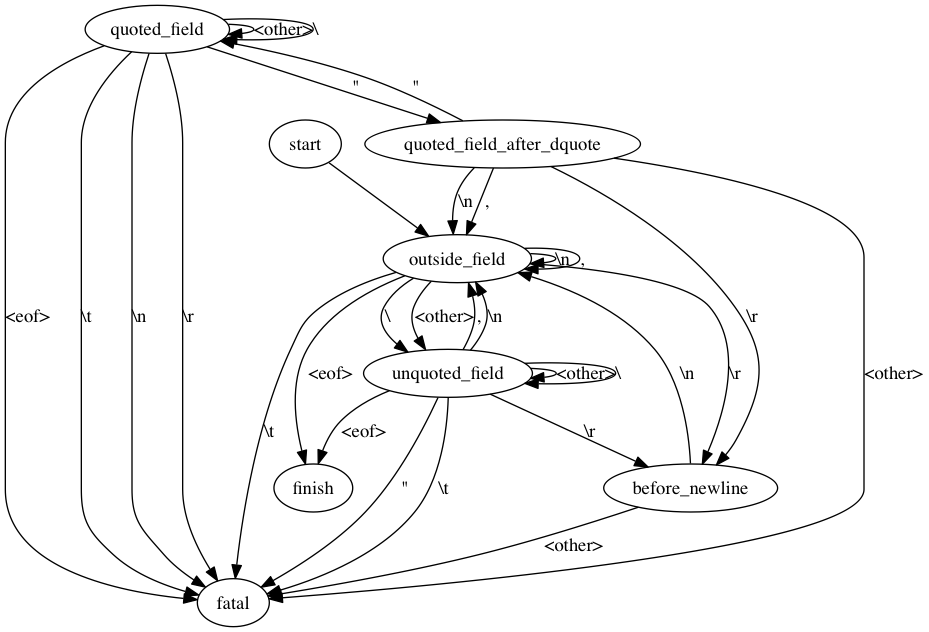
clarkgrubb/data-tools keeps this Graphviz diagram as src/csv-to-tsv/state.png. Above is the earlier version. Its source is kept beside it as src/csv-to-tsv/state.dot.
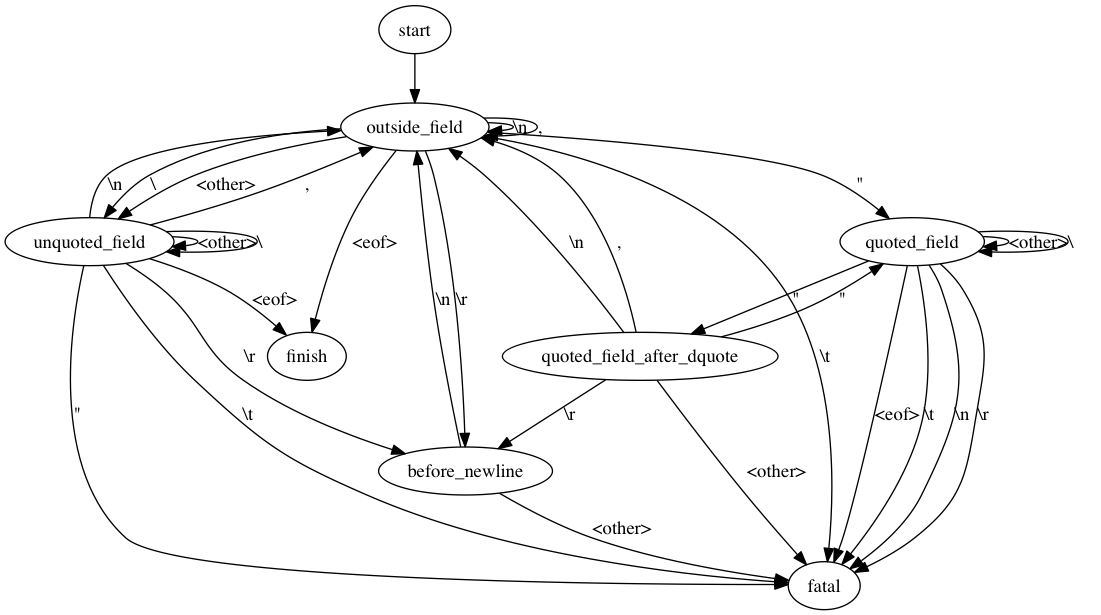
The same diagram one commit later.

Commit message:
fix state diagram omission

The edit, as a diff of the source:
```diff
@@ -8,6 +8,7 @@
         outside_field -> unquoted_field [label="\\"];
         outside_field -> unquoted_field [label="<other>"];
         outside_field -> fatal [label="\\t"];
+        outside_field -> quoted_field [label="\""];
 
         unquoted_field -> outside_field [label=","];
         unquoted_field -> outside_field [label="\\n"];
```
